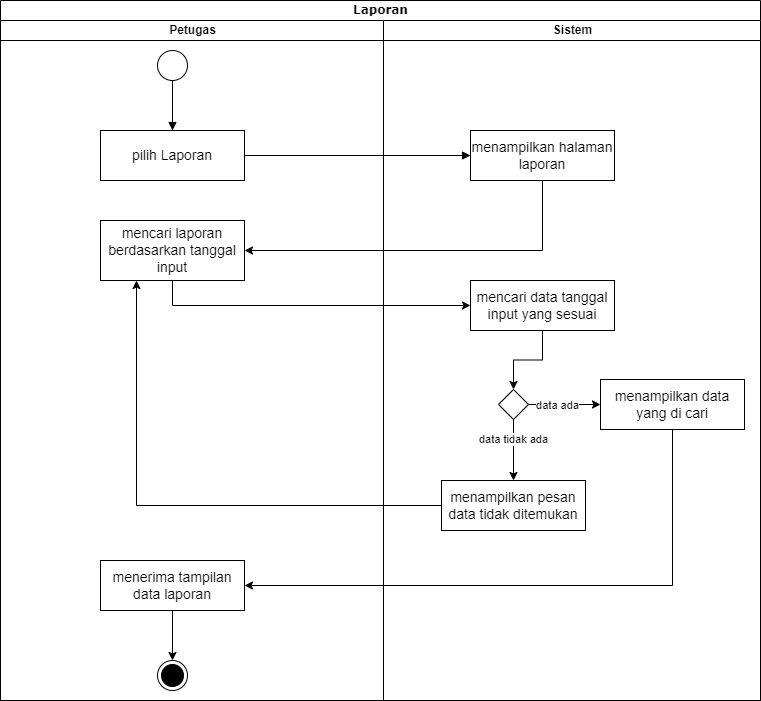
The draw.io diagram activity2.drawio.png in annrdhjn/drawio, before a commit. Source tidied: cells renumbered, new cells last; positions are measured from the earlier drawing's top-left corner, leaving out a move shared by most shapes.
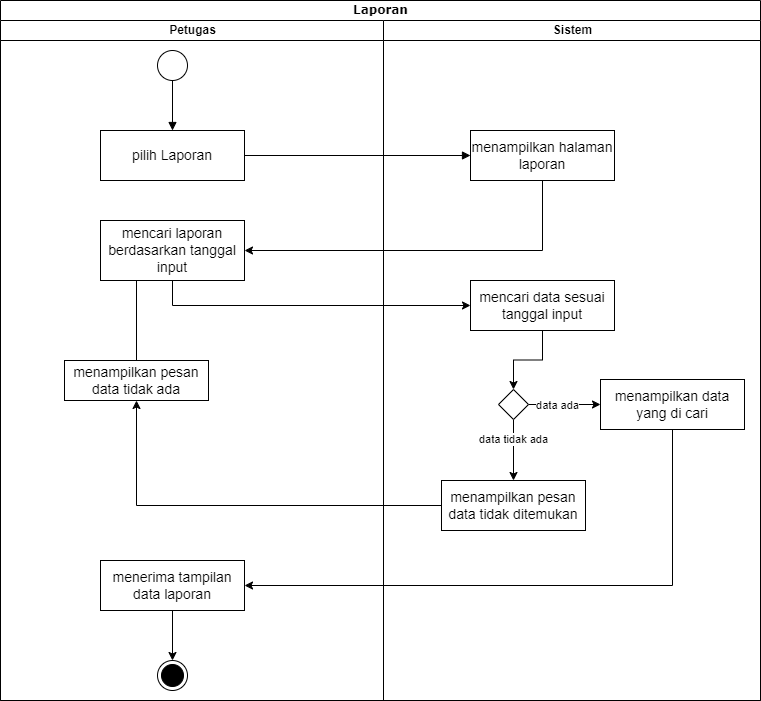
Later version of the same file.

Change to the diagram source:
```diff
@@ -1,4 +1,4 @@
-<mxGraphModel>
+<mxGraphModel background="#ffffff">
   <root>
     <mxCell id="0" />
     <mxCell id="1" parent="0" />
@@ -38,6 +38,12 @@
     <mxCell id="13" value="&lt;font style=&quot;font-size: 14px;&quot;&gt;menerima tampilan data laporan&lt;/font&gt;" style="html=1;whiteSpace=wrap;" parent="6" vertex="1">
       <mxGeometry x="100" y="540" width="144" height="50" as="geometry" />
     </mxCell>
+    <mxCell id="27" value="&lt;font style=&quot;font-size: 14px;&quot;&gt;menampilkan pesan data tidak ada&lt;/font&gt;" style="html=1;whiteSpace=wrap;" parent="6" vertex="1">
+      <mxGeometry x="64" y="340" width="144" height="40" as="geometry" />
+    </mxCell>
+    <mxCell id="28" style="endArrow=none;html=1;rounded=0;entryX=0.25;entryY=1;entryDx=0;entryDy=0;exitX=0.5;exitY=0;exitDx=0;exitDy=0;" parent="6" edge="1" source="27" target="11">
+      <mxGeometry relative="1" as="geometry" />
+    </mxCell>
     <mxCell id="14" value="Sistem" style="swimlane;html=1;startSize=20;" parent="2" vertex="1">
       <mxGeometry x="383" y="20" width="377" height="680" as="geometry" />
     </mxCell>
@@ -47,7 +53,7 @@
     <mxCell id="16" style="edgeStyle=orthogonalEdgeStyle;rounded=0;jettySize=auto;html=1;entryX=0.5;entryY=0;entryDx=0;entryDy=0;" parent="14" edge="1" source="17" target="23">
       <mxGeometry relative="1" as="geometry" />
     </mxCell>
-    <mxCell id="17" value="&lt;font style=&quot;font-size: 14px;&quot;&gt;mencari data tanggal input yang sesuai&lt;/font&gt;" style="html=1;whiteSpace=wrap;" parent="14" vertex="1">
+    <mxCell id="17" value="&lt;font style=&quot;font-size: 14px;&quot;&gt;mencari data sesuai tanggal input&lt;/font&gt;" style="html=1;whiteSpace=wrap;" parent="14" vertex="1">
       <mxGeometry x="87" y="260" width="144" height="50" as="geometry" />
     </mxCell>
     <mxCell id="18" value="&lt;font style=&quot;font-size: 14px;&quot;&gt;menampilkan data yang di cari&lt;/font&gt;" style="html=1;whiteSpace=wrap;" parent="14" vertex="1">
@@ -71,7 +77,7 @@
     <mxCell id="24" value="&lt;font style=&quot;font-size: 14px;&quot;&gt;menampilkan pesan data tidak ditemukan&lt;/font&gt;" style="html=1;whiteSpace=wrap;" parent="14" vertex="1">
       <mxGeometry x="58" y="460" width="144" height="50" as="geometry" />
     </mxCell>
-    <mxCell id="25" style="edgeStyle=orthogonalEdgeStyle;rounded=0;jettySize=auto;html=1;entryX=0.25;entryY=1;entryDx=0;entryDy=0;" parent="2" edge="1" source="24" target="11">
+    <mxCell id="25" style="edgeStyle=orthogonalEdgeStyle;rounded=0;jettySize=auto;html=1;entryX=0.5;entryY=1;entryDx=0;entryDy=0;" parent="2" edge="1" source="24" target="27">
       <mxGeometry relative="1" as="geometry" />
     </mxCell>
     <mxCell id="26" style="edgeStyle=orthogonalEdgeStyle;rounded=0;jettySize=auto;html=1;entryX=1;entryY=0.5;entryDx=0;entryDy=0;" parent="2" edge="1" source="18" target="13">
```
